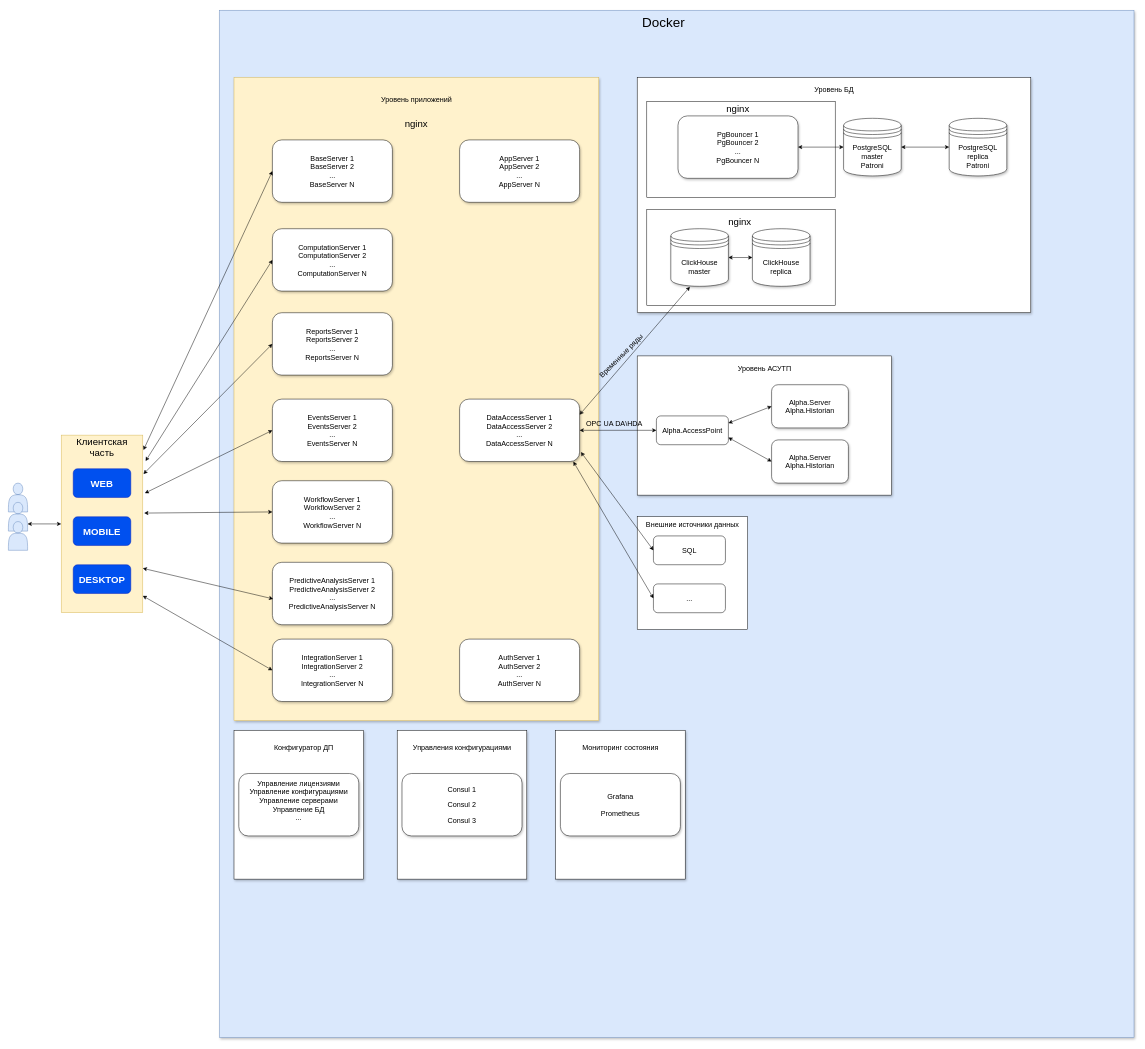
Before: Untitled Diagram.drawio in NeV0L/PythonRep, a draw.io diagram. Source tidied: cells renumbered, new cells numbered last; positions are measured from the earlier drawing's top-left corner, leaving out a move shared by most shapes. Both pictures are drawn from the tidied source at 48%, with x=0, y=0 at pixel (8, 10).
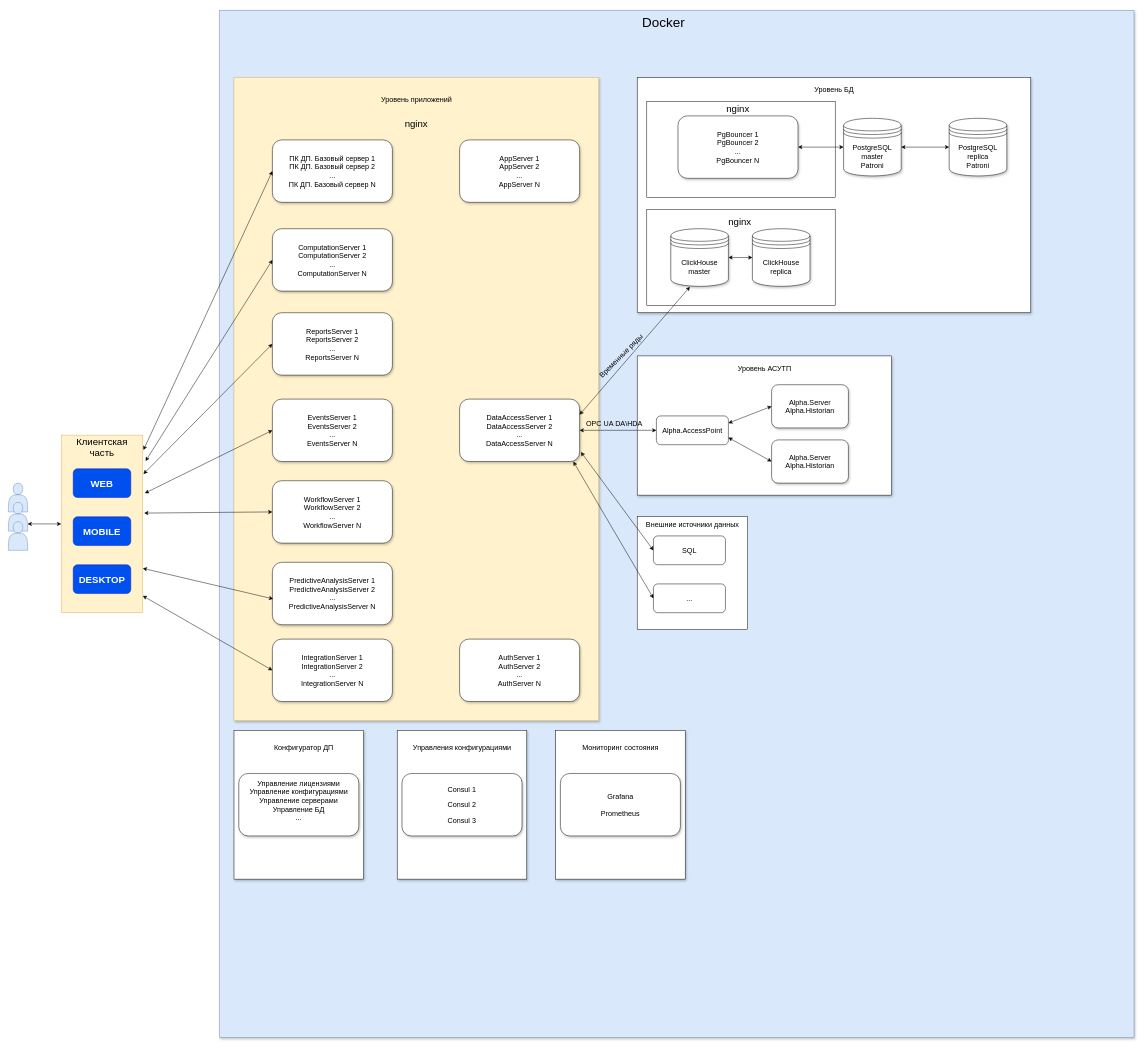
Above is the later version.

Change to the diagram source:
```diff
@@
-    <mxCell id="21" value="&lt;div&gt;BaseServer 1&lt;/div&gt;&lt;div&gt;BaseServer 2&lt;/div&gt;&lt;div&gt;...&lt;/div&gt;&lt;div&gt;BaseServer N&lt;br&gt;&lt;/div&gt;" style="rounded=1;whiteSpace=wrap;html=1;shadow=1;glass=0;sketch=0;fontSize=15;gradientColor=none;labelBorderColor=none;labelBackgroundColor=none;" parent="1" vertex="1">
+    <mxCell id="21" value="&lt;div&gt;ПК ДП. Базовый сервер 1&lt;/div&gt;&lt;div&gt;ПК ДП. Базовый сервер 2&lt;/div&gt;&lt;div&gt;...&lt;/div&gt;&lt;div&gt;ПК ДП. Базовый сервер N&lt;br&gt;&lt;/div&gt;" style="rounded=1;whiteSpace=wrap;html=1;shadow=1;glass=0;sketch=0;fontSize=15;gradientColor=none;labelBorderColor=none;labelBackgroundColor=none;" parent="1" vertex="1">
       <mxGeometry x="550" y="270" width="250" height="130" as="geometry" />
     </mxCell>
```
